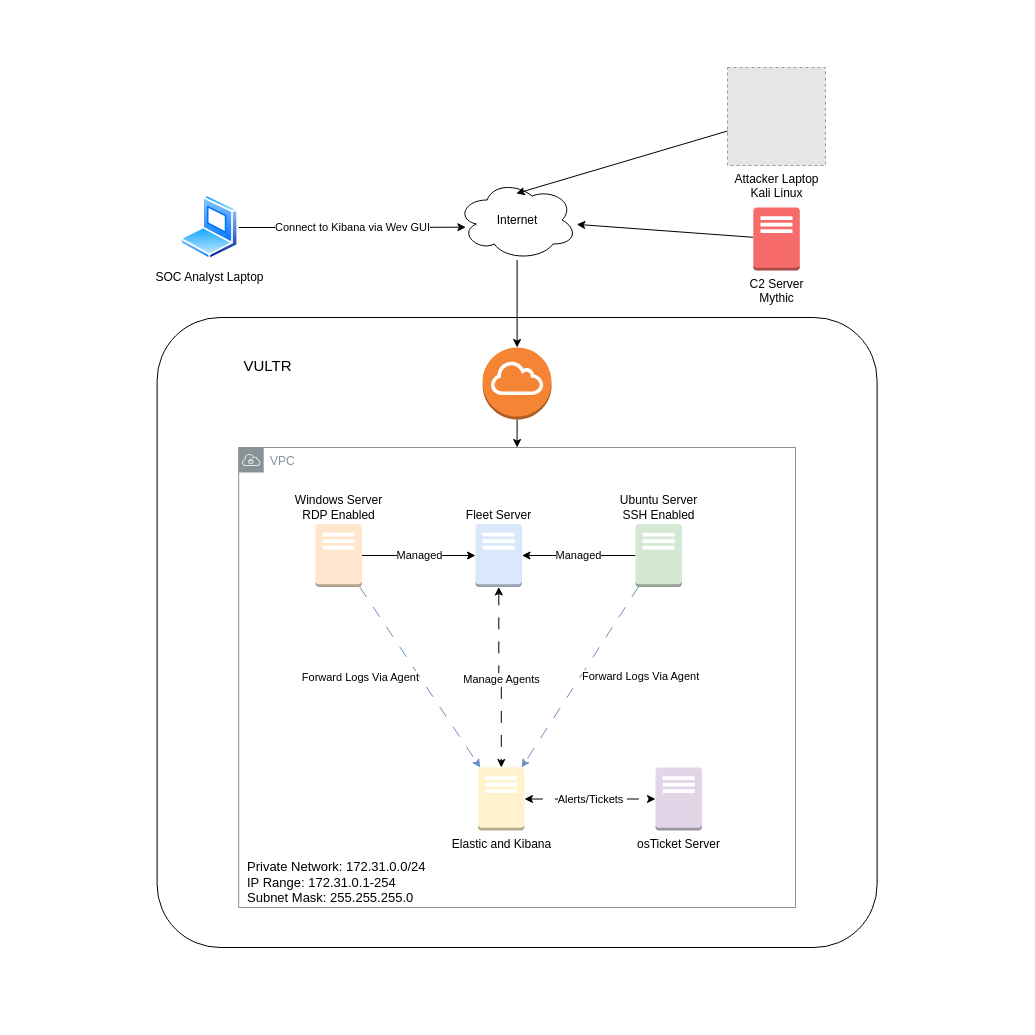
Before: 30Day_Logical_Diagram.drawio in QuixoteCantata/30_Day_Challenge, a draw.io diagram. Source tidied: cells renumbered, new cells numbered last; positions are measured from the earlier drawing's top-left corner, leaving out a move shared by most shapes. Both pictures are drawn from the tidied source at 100%, with x=0, y=0 at pixel (157, 67). Pictures stored in the file or linked from it are replaced by grey dashed boxes.
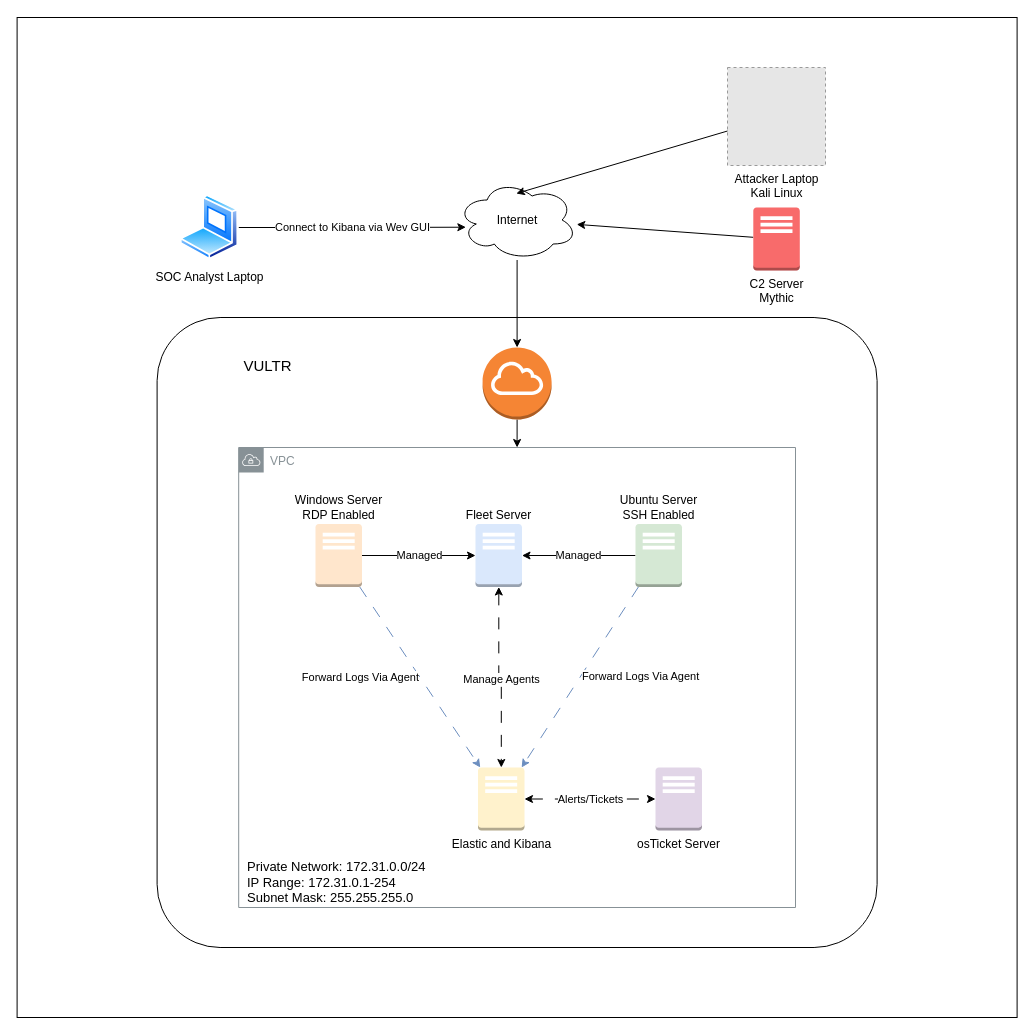
After the change.

The edit, as a diff of the source:
```diff
@@
+    <mxCell id="28" style="whiteSpace=wrap;html=1;" parent="1" vertex="1">
+      <mxGeometry x="-140.4" y="-50" width="1000" height="1000" as="geometry" />
+    </mxCell>
```
